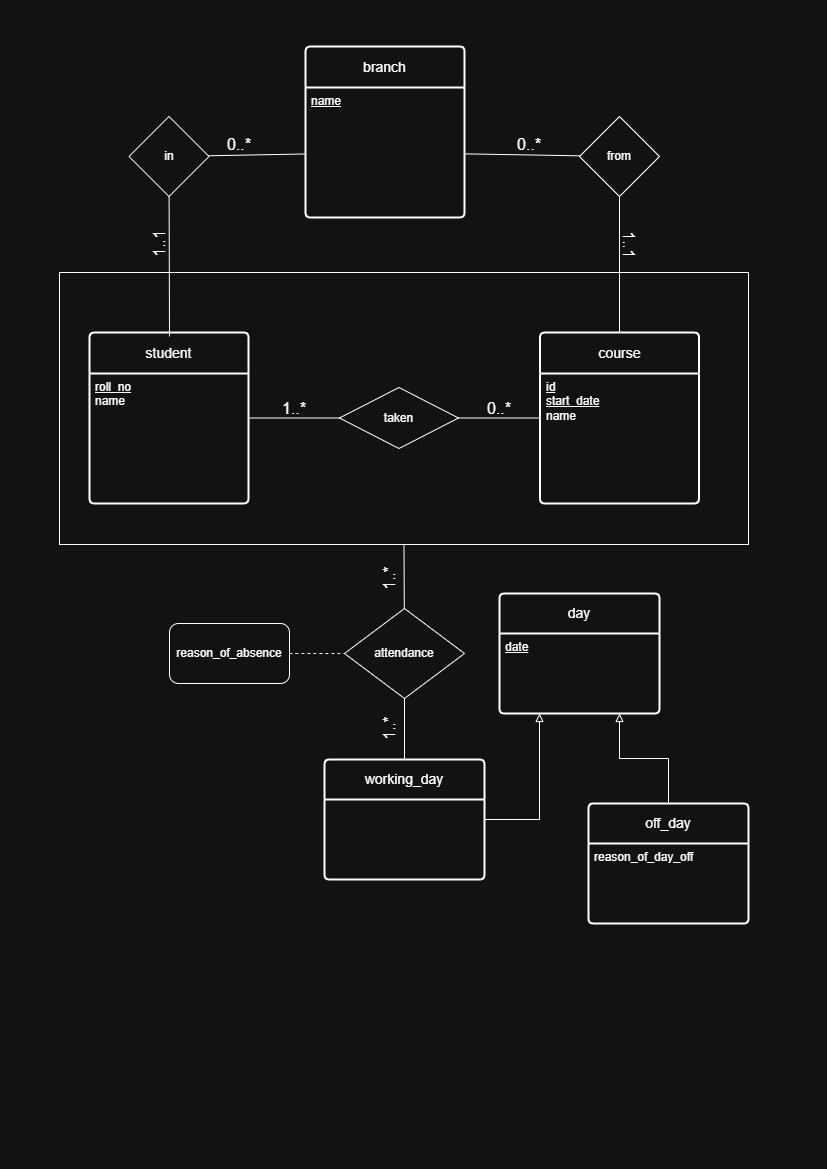
Earlier version of the draw.io export ERDiagram.png (vanshpal122/Student-Attendance-Management-System). Source tidied: cells renumbered, new cells last; positions are measured from the earlier drawing's top-left corner, leaving out a move shared by most shapes.
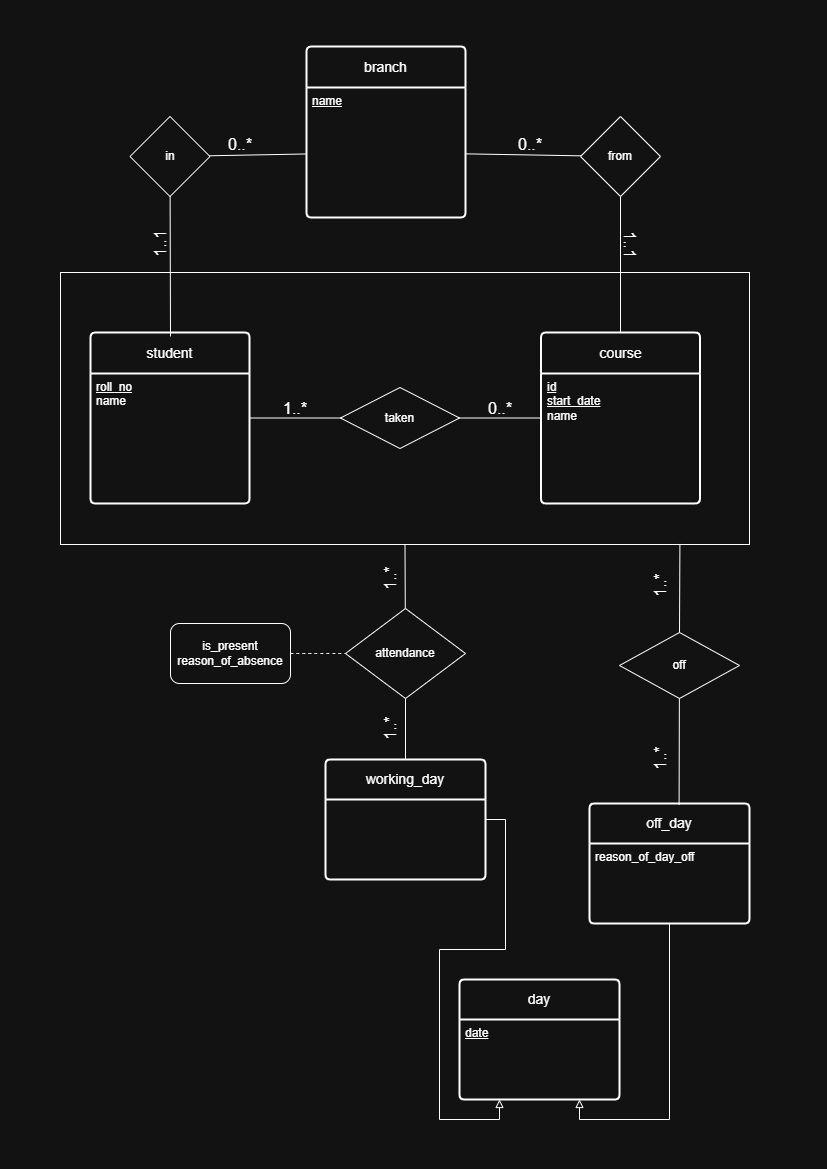
Later version of the same file.

The edit, as a diff of the source:
```diff
@@ -33,7 +33,7 @@
       <mxGeometry x="280" y="341" width="119" height="61" as="geometry" />
     </mxCell>
     <mxCell id="12" value="day" style="swimlane;horizontal=1;startSize=40;rounded=1;fontSize=14;fontStyle=0;strokeWidth=2;shadow=0;dashed=0;align=center;arcSize=4;whiteSpace=wrap;html=1;" parent="1" vertex="1">
-      <mxGeometry x="440" y="547" width="160" height="120" as="geometry" />
+      <mxGeometry x="399" y="933" width="160" height="120" as="geometry" />
     </mxCell>
     <mxCell id="13" value="&lt;u&gt;date&lt;/u&gt;" style="align=left;strokeColor=none;fillColor=none;spacingLeft=4;spacingRight=4;fontSize=12;verticalAlign=top;html=1;whiteSpace=wrap;" parent="12" vertex="1">
       <mxGeometry y="40" width="160" height="80" as="geometry" />
@@ -91,7 +91,7 @@
     <mxCell id="30" style="edgeStyle=none;curved=1;rounded=0;jettySize=auto;html=1;entryX=0;entryY=0.5;entryDx=0;entryDy=0;fontSize=12;startSize=8;endSize=8;dashed=1;endArrow=none;endFill=0;" parent="1" edge="1" source="31" target="21">
       <mxGeometry relative="1" as="geometry" />
     </mxCell>
-    <mxCell id="31" value="reason_of_absence" style="rounded=1;whiteSpace=wrap;html=1;" parent="1" vertex="1">
+    <mxCell id="31" value="&lt;div&gt;is_present&lt;/div&gt;reason_of_absence" style="rounded=1;whiteSpace=wrap;html=1;" parent="1" vertex="1">
       <mxGeometry x="110" y="577" width="120" height="60" as="geometry" />
     </mxCell>
     <mxCell id="32" value="1..1" style="text;html=1;whiteSpace=wrap;strokeColor=none;fillColor=none;align=center;verticalAlign=middle;rounded=0;fontSize=16;rotation=90;" parent="1" vertex="1">
@@ -118,5 +118,22 @@
     <mxCell id="39" value="1..*" style="text;html=1;whiteSpace=wrap;strokeColor=none;fillColor=none;align=center;verticalAlign=middle;rounded=0;fontSize=16;rotation=-90;" parent="1" vertex="1">
       <mxGeometry x="300" y="667" width="60" height="30" as="geometry" />
     </mxCell>
+    <mxCell id="40" value="off" style="shape=rhombus;perimeter=rhombusPerimeter;whiteSpace=wrap;html=1;align=center;" parent="1" vertex="1">
+      <mxGeometry x="559" y="586" width="120" height="66" as="geometry" />
+    </mxCell>
+    <mxCell id="41" style="endArrow=none;html=1;rounded=0;entryX=0.899;entryY=0.998;entryDx=0;entryDy=0;entryPerimeter=0;exitX=0.5;exitY=0;exitDx=0;exitDy=0;" parent="1" edge="1" source="40" target="3">
+      <mxGeometry relative="1" as="geometry" />
+    </mxCell>
+    <mxCell id="42" style="endArrow=none;html=1;rounded=0;entryX=0.899;entryY=0.998;entryDx=0;entryDy=0;entryPerimeter=0;exitX=0.56;exitY=0.01;exitDx=0;exitDy=0;exitPerimeter=0;" parent="1" edge="1" source="17">
+      <mxGeometry relative="1" as="geometry">
+        <mxPoint x="618.9" y="652" as="targetPoint" />
+      </mxGeometry>
+    </mxCell>
+    <mxCell id="43" value="1..*" style="text;html=1;whiteSpace=wrap;strokeColor=none;fillColor=none;align=center;verticalAlign=middle;rounded=0;fontSize=16;rotation=-90;" parent="1" vertex="1">
+      <mxGeometry x="570" y="697" width="60" height="30" as="geometry" />
+    </mxCell>
+    <mxCell id="44" value="1..*" style="text;html=1;whiteSpace=wrap;strokeColor=none;fillColor=none;align=center;verticalAlign=middle;rounded=0;fontSize=16;rotation=-90;" parent="1" vertex="1">
+      <mxGeometry x="570" y="524" width="60" height="30" as="geometry" />
+    </mxCell>
   </root>
 </mxGraphModel>
```
